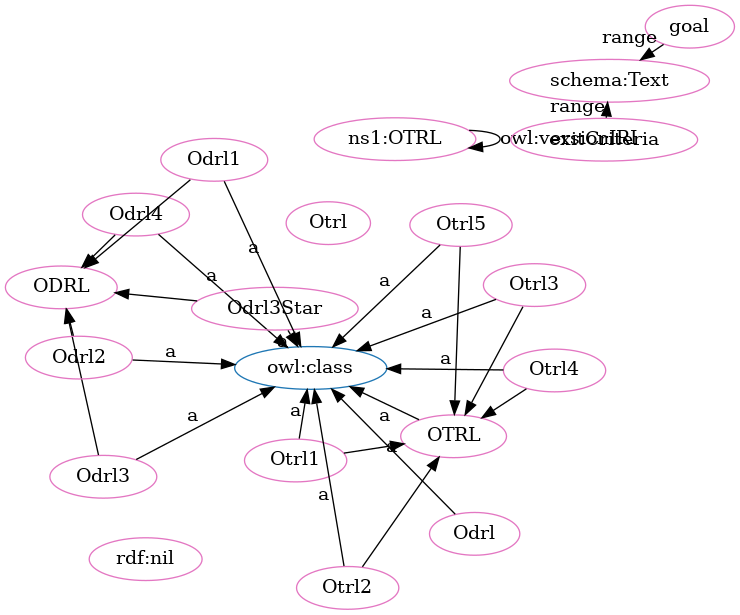
Above: OTRL-clean.png in OPEN-NEXT/OKH-LOSH (Graphviz), before the change. Its source is kept beside it as OTRL-clean.dot.
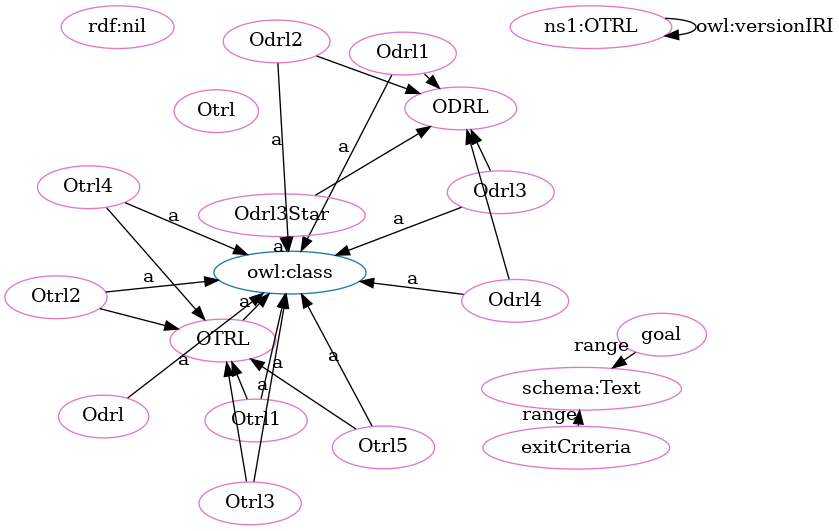
After the change.

The edit, as a diff of the source:
```diff
@@ -1,51 +1,51 @@
 digraph G {
   rankdir=BT
   node[height=.3]
+"http://purl.org/oseg/ontologies/OTRL#OTRL" [fillcolor="#1f77b4" color="#1f77b4" label="OTRL"]
 "http://purl.org/oseg/ontologies/OTRL#ODRL" [fillcolor="#1f77b4" color="#1f77b4" label="ODRL"]
-"http://purl.org/oseg/ontologies/OTRL#OTRL" [fillcolor="#1f77b4" color="#1f77b4" label="OTRL"]
 "http://www.w3.org/2002/07/owl#class" [fillcolor="#1f77b4" color="#1f77b4" label="owl:class"]
+"http://purl.org/oseg/ontologies/OTRL#ODRL" [fillcolor="#e377c2" color="#e377c2" label="ODRL"]
+"http://purl.org/oseg/ontologies/OTRL#OTRL" [fillcolor="#e377c2" color="#e377c2" label="OTRL"]
+"http://purl.org/oseg/ontologies/OTRL#Odrl1" [fillcolor="#e377c2" color="#e377c2" label="Odrl1"]
+"http://purl.org/oseg/ontologies/OTRL#Odrl3Star" [fillcolor="#e377c2" color="#e377c2" label="Odrl3Star"]
+"http://www.w3.org/1999/02/22-rdf-syntax-ns#nil" [fillcolor="#e377c2" color="#e377c2" label="rdf:nil"]
+"http://schema.org/Text" [fillcolor="#e377c2" color="#e377c2" label="schema:Text"]
+"http://purl.org/oseg/ontologies/OTRL#Otrl4" [fillcolor="#e377c2" color="#e377c2" label="Otrl4"]
+"http://purl.org/oseg/ontologies/OTRL" [fillcolor="#e377c2" color="#e377c2" label="ns1:OTRL"]
+"http://purl.org/oseg/ontologies/OTRL#Otrl2" [fillcolor="#e377c2" color="#e377c2" label="Otrl2"]
+"http://purl.org/oseg/ontologies/OTRL#Otrl" [fillcolor="#e377c2" color="#e377c2" label="Otrl"]
+"http://purl.org/oseg/ontologies/OTRL#Odrl3" [fillcolor="#e377c2" color="#e377c2" label="Odrl3"]
 "http://purl.org/oseg/ontologies/OTRL#Odrl4" [fillcolor="#e377c2" color="#e377c2" label="Odrl4"]
-"http://purl.org/oseg/ontologies/OTRL" [fillcolor="#e377c2" color="#e377c2" label="ns1:OTRL"]
-"http://purl.org/oseg/ontologies/OTRL#OTRL" [fillcolor="#e377c2" color="#e377c2" label="OTRL"]
-"http://purl.org/oseg/ontologies/OTRL#ODRL" [fillcolor="#e377c2" color="#e377c2" label="ODRL"]
-"http://purl.org/oseg/ontologies/OTRL#Otrl3" [fillcolor="#e377c2" color="#e377c2" label="Otrl3"]
-"http://schema.org/Text" [fillcolor="#e377c2" color="#e377c2" label="schema:Text"]
-"http://www.w3.org/1999/02/22-rdf-syntax-ns#nil" [fillcolor="#e377c2" color="#e377c2" label="rdf:nil"]
-"http://purl.org/oseg/ontologies/OTRL#Otrl" [fillcolor="#e377c2" color="#e377c2" label="Otrl"]
-"http://purl.org/oseg/ontologies/OTRL#Otrl5" [fillcolor="#e377c2" color="#e377c2" label="Otrl5"]
-"http://purl.org/oseg/ontologies/OTRL#Odrl3" [fillcolor="#e377c2" color="#e377c2" label="Odrl3"]
 "http://purl.org/oseg/ontologies/OTRL#goal" [fillcolor="#e377c2" color="#e377c2" label="goal"]
 "http://purl.org/oseg/ontologies/OTRL#Odrl" [fillcolor="#e377c2" color="#e377c2" label="Odrl"]
 "http://purl.org/oseg/ontologies/OTRL#Otrl1" [fillcolor="#e377c2" color="#e377c2" label="Otrl1"]
-"http://purl.org/oseg/ontologies/OTRL#Otrl2" [fillcolor="#e377c2" color="#e377c2" label="Otrl2"]
-"http://purl.org/oseg/ontologies/OTRL#Odrl3Star" [fillcolor="#e377c2" color="#e377c2" label="Odrl3Star"]
+"http://purl.org/oseg/ontologies/OTRL#Odrl2" [fillcolor="#e377c2" color="#e377c2" label="Odrl2"]
+"http://purl.org/oseg/ontologies/OTRL#Otrl3" [fillcolor="#e377c2" color="#e377c2" label="Otrl3"]
 "http://purl.org/oseg/ontologies/OTRL#exitCriteria" [fillcolor="#e377c2" color="#e377c2" label="exitCriteria"]
-"http://purl.org/oseg/ontologies/OTRL#Odrl2" [fillcolor="#e377c2" color="#e377c2" label="Odrl2"]
-"http://purl.org/oseg/ontologies/OTRL#Otrl4" [fillcolor="#e377c2" color="#e377c2" label="Otrl4"]
-"http://purl.org/oseg/ontologies/OTRL#Odrl1" [fillcolor="#e377c2" color="#e377c2" label="Odrl1"]
+"http://purl.org/oseg/ontologies/OTRL#Otrl5" [fillcolor="#e377c2" color="#e377c2" label="Otrl5"]
+  "http://purl.org/oseg/ontologies/OTRL#Odrl1" -> "http://www.w3.org/2002/07/owl#class" [label="a"]
+  "http://purl.org/oseg/ontologies/OTRL#Odrl3Star" -> "http://www.w3.org/2002/07/owl#class" [label="a"]
+  "http://purl.org/oseg/ontologies/OTRL#Otrl3" -> "http://purl.org/oseg/ontologies/OTRL#OTRL" [label=""]
+  "http://purl.org/oseg/ontologies/OTRL#exitCriteria" -> "http://schema.org/Text" [label="range"]
+  "http://purl.org/oseg/ontologies/OTRL#Otrl4" -> "http://www.w3.org/2002/07/owl#class" [label="a"]
+  "http://purl.org/oseg/ontologies/OTRL#Otrl5" -> "http://purl.org/oseg/ontologies/OTRL#OTRL" [label=""]
+  "http://purl.org/oseg/ontologies/OTRL#Otrl2" -> "http://www.w3.org/2002/07/owl#class" [label="a"]
   "http://purl.org/oseg/ontologies/OTRL#OTRL" -> "http://www.w3.org/2002/07/owl#class" [label="a"]
+  "http://purl.org/oseg/ontologies/OTRL#Odrl3" -> "http://www.w3.org/2002/07/owl#class" [label="a"]
+  "http://purl.org/oseg/ontologies/OTRL#Odrl4" -> "http://www.w3.org/2002/07/owl#class" [label="a"]
+  "http://purl.org/oseg/ontologies/OTRL#Otrl1" -> "http://www.w3.org/2002/07/owl#class" [label="a"]
+  "http://purl.org/oseg/ontologies/OTRL#goal" -> "http://schema.org/Text" [label="range"]
+  "http://purl.org/oseg/ontologies/OTRL#Odrl3Star" -> "http://purl.org/oseg/ontologies/OTRL#ODRL" [label=""]
+  "http://purl.org/oseg/ontologies/OTRL#Odrl2" -> "http://www.w3.org/2002/07/owl#class" [label="a"]
+  "http://purl.org/oseg/ontologies/OTRL#Odrl3" -> "http://purl.org/oseg/ontologies/OTRL#ODRL" [label=""]
+  "http://purl.org/oseg/ontologies/OTRL#Otrl4" -> "http://purl.org/oseg/ontologies/OTRL#OTRL" [label=""]
+  "http://purl.org/oseg/ontologies/OTRL#Odrl4" -> "http://purl.org/oseg/ontologies/OTRL#ODRL" [label=""]
   "http://purl.org/oseg/ontologies/OTRL#Odrl2" -> "http://purl.org/oseg/ontologies/OTRL#ODRL" [label=""]
+  "http://purl.org/oseg/ontologies/OTRL#Odrl1" -> "http://purl.org/oseg/ontologies/OTRL#ODRL" [label=""]
+  "http://purl.org/oseg/ontologies/OTRL" -> "http://purl.org/oseg/ontologies/OTRL" [label="owl:versionIRI"]
   "http://purl.org/oseg/ontologies/OTRL#Otrl2" -> "http://purl.org/oseg/ontologies/OTRL#OTRL" [label=""]
-  "http://purl.org/oseg/ontologies/OTRL#Otrl3" -> "http://purl.org/oseg/ontologies/OTRL#OTRL" [label=""]
+  "http://purl.org/oseg/ontologies/OTRL#Odrl" -> "http://www.w3.org/2002/07/owl#class" [label="a"]
+  "http://purl.org/oseg/ontologies/OTRL#Otrl3" -> "http://www.w3.org/2002/07/owl#class" [label="a"]
+  "http://purl.org/oseg/ontologies/OTRL#Otrl5" -> "http://www.w3.org/2002/07/owl#class" [label="a"]
   "http://purl.org/oseg/ontologies/OTRL#Otrl1" -> "http://purl.org/oseg/ontologies/OTRL#OTRL" [label=""]
-  "http://purl.org/oseg/ontologies/OTRL#Otrl5" -> "http://www.w3.org/2002/07/owl#class" [label="a"]
-  "http://purl.org/oseg/ontologies/OTRL#Odrl3" -> "http://purl.org/oseg/ontologies/OTRL#ODRL" [label=""]
-  "http://purl.org/oseg/ontologies/OTRL" -> "http://purl.org/oseg/ontologies/OTRL" [label="owl:versionIRI"]
-  "http://purl.org/oseg/ontologies/OTRL#Odrl4" -> "http://purl.org/oseg/ontologies/OTRL#ODRL" [label=""]
-  "http://purl.org/oseg/ontologies/OTRL#Odrl3" -> "http://www.w3.org/2002/07/owl#class" [label="a"]
-  "http://purl.org/oseg/ontologies/OTRL#Odrl2" -> "http://www.w3.org/2002/07/owl#class" [label="a"]
-  "http://purl.org/oseg/ontologies/OTRL#Otrl4" -> "http://www.w3.org/2002/07/owl#class" [label="a"]
-  "http://purl.org/oseg/ontologies/OTRL#Odrl1" -> "http://purl.org/oseg/ontologies/OTRL#ODRL" [label=""]
-  "http://purl.org/oseg/ontologies/OTRL#Odrl1" -> "http://www.w3.org/2002/07/owl#class" [label="a"]
-  "http://purl.org/oseg/ontologies/OTRL#Odrl4" -> "http://www.w3.org/2002/07/owl#class" [label="a"]
-  "http://purl.org/oseg/ontologies/OTRL#Odrl3Star" -> "http://purl.org/oseg/ontologies/OTRL#ODRL" [label=""]
-  "http://purl.org/oseg/ontologies/OTRL#Otrl3" -> "http://www.w3.org/2002/07/owl#class" [label="a"]
-  "http://purl.org/oseg/ontologies/OTRL#Otrl5" -> "http://purl.org/oseg/ontologies/OTRL#OTRL" [label=""]
-  "http://purl.org/oseg/ontologies/OTRL#exitCriteria" -> "http://schema.org/Text" [label="range"]
-  "http://purl.org/oseg/ontologies/OTRL#goal" -> "http://schema.org/Text" [label="range"]
-  "http://purl.org/oseg/ontologies/OTRL#Otrl4" -> "http://purl.org/oseg/ontologies/OTRL#OTRL" [label=""]
-  "http://purl.org/oseg/ontologies/OTRL#Otrl1" -> "http://www.w3.org/2002/07/owl#class" [label="a"]
-  "http://purl.org/oseg/ontologies/OTRL#Otrl2" -> "http://www.w3.org/2002/07/owl#class" [label="a"]
-  "http://purl.org/oseg/ontologies/OTRL#Odrl3Star" -> "http://www.w3.org/2002/07/owl#class" [label="a"]
-  "http://purl.org/oseg/ontologies/OTRL#Odrl" -> "http://www.w3.org/2002/07/owl#class" [label="a"]
 }
```
